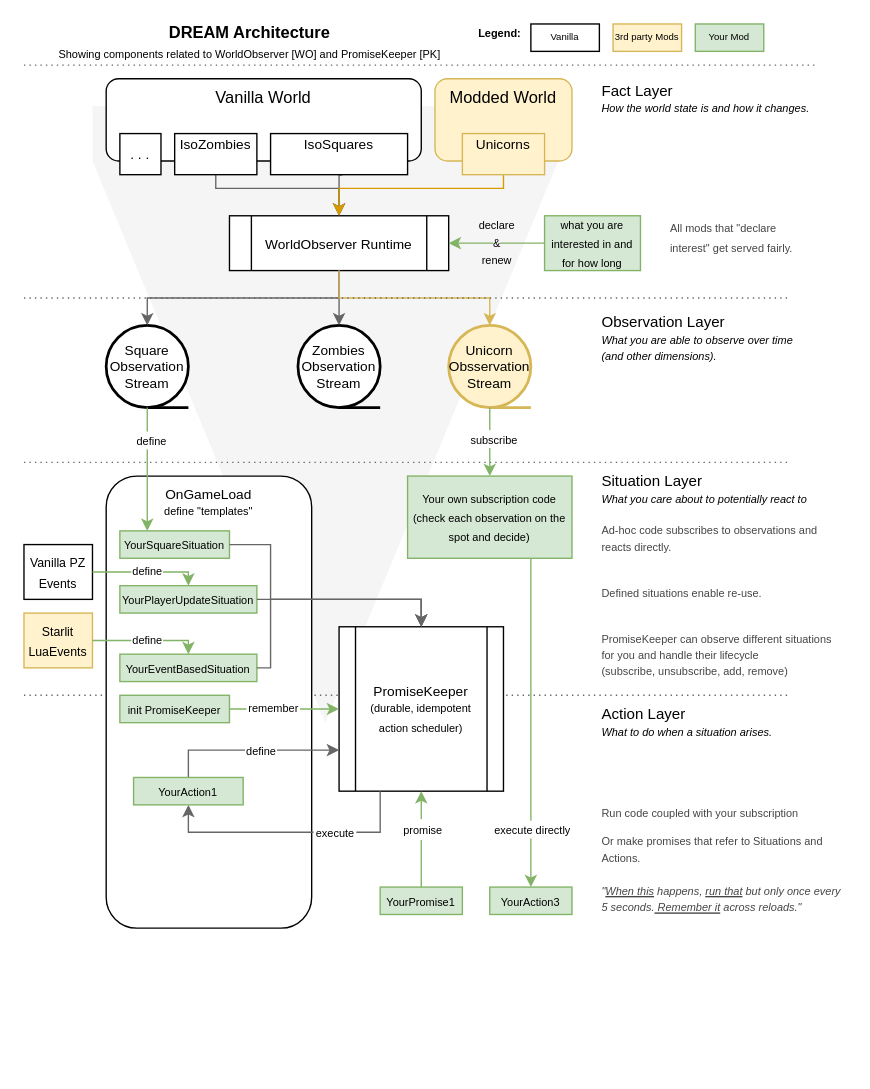
This is docs/diagrams/architecture_simple.drawio from christophstrasen/WorldObserver, a draw.io file, before an edit. Source tidied: cells renumbered, new cells numbered last; positions are measured from the earlier drawing's top-left corner, leaving out a move shared by most shapes. Both pictures are drawn from the tidied source at 137%, with x=0, y=0 at pixel (23, 23).
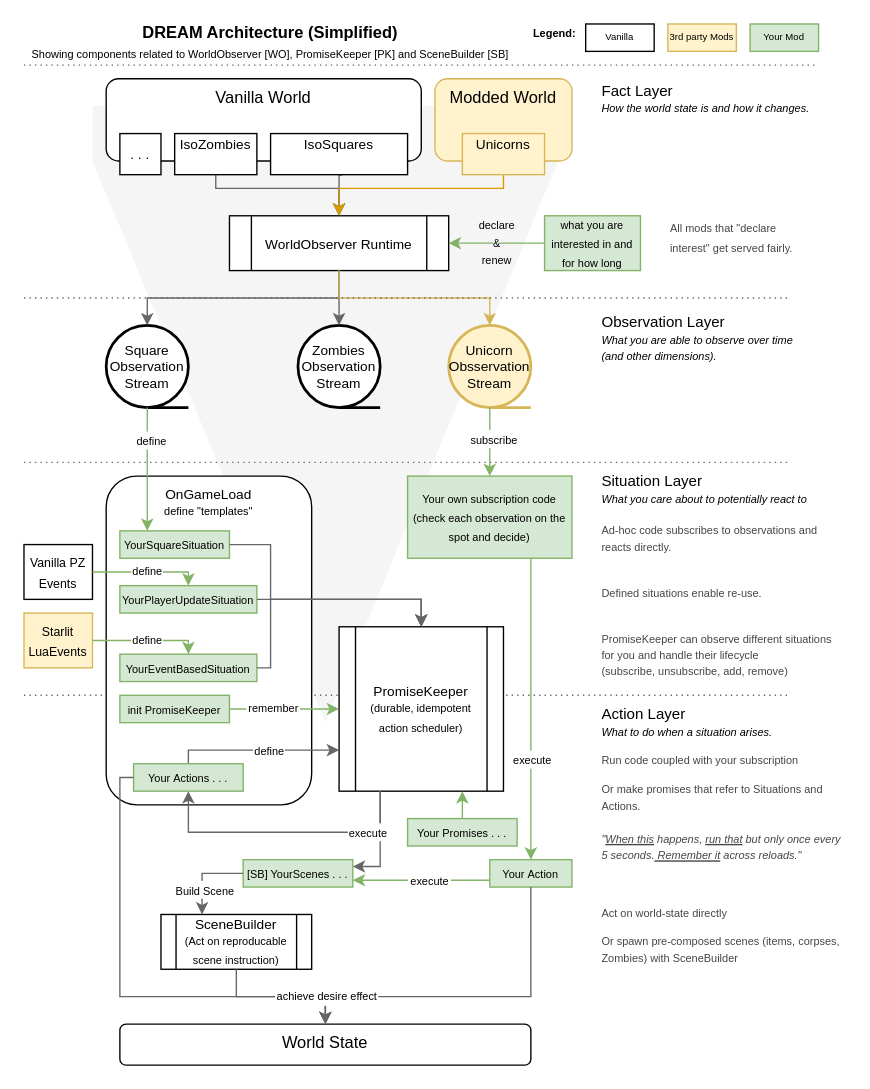
The same page after the edit.

Unchanged cells that the change refers to:
```xml
<mxCell id="40" style="edgeStyle=orthogonalEdgeStyle;rounded=0;jettySize=auto;html=1;strokeColor=#82b366;fillColor=#d5e8d4;exitX=0.75;exitY=1;exitDx=0;exitDy=0;entryX=0.5;entryY=0;entryDx=0;entryDy=0;" parent="1" edge="1" source="38" target="39">
  <mxGeometry relative="1" as="geometry" />
</mxCell>
<mxCell id="55" value="&lt;div style=&quot;line-height: 100%;&quot;&gt;&lt;div&gt;&lt;span style=&quot;background-color: transparent; color: light-dark(rgb(0, 0, 0), rgb(255, 255, 255));&quot;&gt;&lt;font style=&quot;font-size: 10px; line-height: 100%;&quot;&gt;PromiseKeeper&lt;/font&gt;&lt;/span&gt;&lt;/div&gt;&lt;div&gt;&lt;span style=&quot;background-color: transparent; color: light-dark(rgb(0, 0, 0), rgb(255, 255, 255));&quot;&gt;&lt;font style=&quot;font-size: 8px; line-height: 100%;&quot;&gt;(&lt;/font&gt;&lt;/span&gt;&lt;span style=&quot;background-color: transparent; font-size: 8px;&quot;&gt;durable, idempotent action scheduler&lt;/span&gt;&lt;span style=&quot;font-size: 8px; background-color: transparent; color: light-dark(rgb(0, 0, 0), rgb(255, 255, 255));&quot;&gt;)&lt;/span&gt;&lt;/div&gt;&lt;/div&gt;" style="shape=process;whiteSpace=wrap;html=1;backgroundOutline=1;" parent="1" vertex="1">
  <mxGeometry x="230" y="440" width="120" height="120" as="geometry" />
</mxCell>
<mxCell id="64" style="edgeStyle=orthogonalEdgeStyle;rounded=0;jettySize=auto;html=1;entryX=0.5;entryY=1;entryDx=0;entryDy=0;fillColor=#f5f5f5;strokeColor=#666666;exitX=0.25;exitY=1;exitDx=0;exitDy=0;" parent="1" edge="1" source="55" target="68">
  <mxGeometry relative="1" as="geometry">
    <Array as="points">
      <mxPoint x="260" y="590" />
      <mxPoint x="120" y="590" />
    </Array>
  </mxGeometry>
</mxCell>
```

Diff of the diagram source:
```diff
@@
     <mxCell id="24" value="&lt;font style=&quot;font-size: 8px;&quot;&gt;&lt;b&gt;Legend:&lt;/b&gt;&lt;/font&gt;" style="text;html=1;align=left;verticalAlign=top;whiteSpace=wrap;rounded=0;fontSize=10;spacingBottom=6;spacingTop=-6;" parent="1" vertex="1">
-      <mxGeometry x="330" width="50" height="20" as="geometry" />
+      <mxGeometry x="370" width="50" height="20" as="geometry" />
     </mxCell>
     <mxCell id="25" value="&lt;div style=&quot;line-height: 100%;&quot;&gt;&lt;span style=&quot;text-align: left;&quot;&gt;Your Mod&lt;/span&gt;&lt;/div&gt;" style="rounded=0;whiteSpace=wrap;html=1;fillColor=#d5e8d4;strokeColor=#82b366;spacingBottom=2;fontSize=7;" parent="1" vertex="1">
-      <mxGeometry x="490" width="50" height="20" as="geometry" />
+      <mxGeometry x="530" width="50" height="20" as="geometry" />
     </mxCell>
     <mxCell id="26" value="&lt;div style=&quot;line-height: 100%;&quot;&gt;&lt;span style=&quot;text-align: left;&quot;&gt;Vanilla&lt;/span&gt;&lt;/div&gt;" style="rounded=0;whiteSpace=wrap;html=1;strokeWidth=1;perimeterSpacing=0;spacing=0;spacingBottom=2;fontSize=7;" parent="1" vertex="1">
-      <mxGeometry x="370" width="50" height="20" as="geometry" />
+      <mxGeometry x="410" width="50" height="20" as="geometry" />
     </mxCell>
     <mxCell id="27" value="&lt;div style=&quot;line-height: 100%;&quot;&gt;&lt;span style=&quot;text-align: left;&quot;&gt;3rd party Mods&lt;/span&gt;&lt;/div&gt;" style="rounded=0;whiteSpace=wrap;html=1;fillColor=#fff2cc;strokeColor=#d6b656;spacingBottom=2;fontSize=7;" parent="1" vertex="1">
-      <mxGeometry x="430" width="50" height="20" as="geometry" />
+      <mxGeometry x="470" width="50" height="20" as="geometry" />
     </mxCell>
@@
-    <mxCell id="39" value="&lt;div style=&quot;line-height: 100%;&quot;&gt;&lt;font style=&quot;&quot;&gt;&lt;font style=&quot;font-size: 8px;&quot;&gt;&lt;span style=&quot;background-color: transparent; color: light-dark(rgb(0, 0, 0), rgb(255, 255, 255));&quot;&gt;Your&lt;/span&gt;Action3&lt;/font&gt;&lt;/font&gt;&lt;/div&gt;" style="rounded=0;whiteSpace=wrap;html=1;fillColor=#d5e8d4;strokeColor=#82b366;" parent="1" vertex="1">
-      <mxGeometry x="340" y="630" width="60" height="20" as="geometry" />
+    <mxCell id="39" value="&lt;div style=&quot;line-height: 100%;&quot;&gt;&lt;font style=&quot;&quot;&gt;&lt;font style=&quot;font-size: 8px;&quot;&gt;&lt;span style=&quot;background-color: transparent; color: light-dark(rgb(0, 0, 0), rgb(255, 255, 255));&quot;&gt;Your&amp;nbsp;&lt;/span&gt;Action&lt;/font&gt;&lt;/font&gt;&lt;/div&gt;" style="rounded=0;whiteSpace=wrap;html=1;fillColor=#d5e8d4;strokeColor=#82b366;" parent="1" vertex="1">
+      <mxGeometry x="340" y="610" width="60" height="20" as="geometry" />
     </mxCell>
@@
-    <mxCell id="41" value="&lt;font style=&quot;font-size: 8px;&quot;&gt;execute directly&lt;/font&gt;" style="edgeLabel;html=1;align=center;verticalAlign=middle;labelBorderColor=none;labelBackgroundColor=#FFFFFF;" parent="40" vertex="1">
+    <mxCell id="41" value="&lt;font style=&quot;font-size: 8px;&quot;&gt;execute&lt;/font&gt;" style="edgeLabel;html=1;align=center;verticalAlign=middle;labelBorderColor=none;labelBackgroundColor=#FFFFFF;" parent="40" vertex="1">
       <mxGeometry x="0.78" relative="1" as="geometry">
-        <mxPoint y="-17" as="offset" />
+        <mxPoint y="-50" as="offset" />
       </mxGeometry>
     </mxCell>
     <mxCell id="42" value="&lt;div style=&quot;line-height: 100%;&quot;&gt;&lt;div&gt;&lt;span style=&quot;font-size: 10px; background-color: transparent; color: light-dark(rgb(0, 0, 0), rgb(255, 255, 255)); line-height: 100%;&quot;&gt;OnGameLoad&lt;/span&gt;&lt;/div&gt;&lt;div&gt;&lt;span style=&quot;background-color: light-dark(#ffffff, var(--ge-dark-color, #121212));&quot;&gt;&lt;font style=&quot;font-size: 8px; line-height: 100%;&quot;&gt;&lt;span style=&quot;color: light-dark(rgb(0, 0, 0), rgb(255, 255, 255));&quot;&gt;define&amp;nbsp;&lt;/span&gt;&lt;/font&gt;&lt;/span&gt;&lt;span style=&quot;background-color: light-dark(#ffffff, var(--ge-dark-color, #121212)); color: light-dark(rgb(0, 0, 0), rgb(255, 255, 255)); font-size: 8px;&quot;&gt;&quot;templates&quot;&lt;/span&gt;&lt;/div&gt;&lt;/div&gt;" style="rounded=1;whiteSpace=wrap;html=1;verticalAlign=top;align=center;" parent="1" vertex="1">
-      <mxGeometry x="60" y="330" width="150" height="330" as="geometry" />
+      <mxGeometry x="60" y="330" width="150" height="240" as="geometry" />
     </mxCell>
@@
-    <mxCell id="54" value="&lt;b&gt;DREAM Architecture&lt;/b&gt;&lt;div&gt;&lt;font style=&quot;font-size: 8px;&quot;&gt;Showing components related to WorldObserver [WO] and PromiseKeeper [PK]&lt;/font&gt;&lt;/div&gt;" style="text;html=1;align=center;verticalAlign=top;whiteSpace=wrap;rounded=0;spacingBottom=0;spacingTop=-7;" parent="1" vertex="1">
-      <mxGeometry x="10" width="310" height="30" as="geometry" />
-    </mxCell>
@@
-    <mxCell id="65" value="&lt;font style=&quot;font-size: 8px;&quot;&gt;execute&lt;/font&gt;" style="edgeLabel;html=1;align=center;verticalAlign=middle;labelBorderColor=#FFFFFF;" parent="64" vertex="1">
-      <mxGeometry x="-0.35" relative="1" as="geometry">
-        <mxPoint x="-2" y="-1" as="offset" />
-      </mxGeometry>
-    </mxCell>
@@
-    <mxCell id="68" value="&lt;div style=&quot;line-height: 100%;&quot;&gt;&lt;font style=&quot;&quot;&gt;&lt;font style=&quot;font-size: 8px;&quot;&gt;&lt;span style=&quot;background-color: transparent; color: light-dark(rgb(0, 0, 0), rgb(255, 255, 255));&quot;&gt;Your&lt;/span&gt;Action1&lt;/font&gt;&lt;/font&gt;&lt;/div&gt;" style="rounded=0;whiteSpace=wrap;html=1;fillColor=#d5e8d4;strokeColor=#82b366;" parent="1" vertex="1">
-      <mxGeometry x="80" y="550" width="80" height="20" as="geometry" />
+    <mxCell id="68" value="&lt;div style=&quot;line-height: 100%;&quot;&gt;&lt;font style=&quot;&quot;&gt;&lt;font style=&quot;font-size: 8px;&quot;&gt;&lt;span style=&quot;background-color: transparent; color: light-dark(rgb(0, 0, 0), rgb(255, 255, 255));&quot;&gt;Your&amp;nbsp;&lt;/span&gt;Actions . . .&lt;/font&gt;&lt;/font&gt;&lt;/div&gt;" style="rounded=0;whiteSpace=wrap;html=1;fillColor=#d5e8d4;strokeColor=#82b366;" parent="1" vertex="1">
+      <mxGeometry x="80" y="540" width="80" height="20" as="geometry" />
     </mxCell>
+    <mxCell id="70" style="edgeStyle=orthogonalEdgeStyle;rounded=0;jettySize=auto;html=1;exitX=0.5;exitY=0;exitDx=0;exitDy=0;entryX=0.75;entryY=1;entryDx=0;entryDy=0;fillColor=#d5e8d4;strokeColor=#82b366;" parent="1" edge="1" source="69" target="55">
+      <mxGeometry relative="1" as="geometry" />
+    </mxCell>
-    <mxCell id="69" value="&lt;div style=&quot;line-height: 100%;&quot;&gt;&lt;font style=&quot;&quot;&gt;&lt;font style=&quot;font-size: 8px;&quot;&gt;&lt;span style=&quot;background-color: transparent; color: light-dark(rgb(0, 0, 0), rgb(255, 255, 255));&quot;&gt;Your&lt;/span&gt;Promise1&lt;/font&gt;&lt;/font&gt;&lt;/div&gt;" style="rounded=0;whiteSpace=wrap;html=1;fillColor=#d5e8d4;strokeColor=#82b366;" parent="1" vertex="1">
-      <mxGeometry x="260" y="630" width="60" height="20" as="geometry" />
+    <mxCell id="69" value="&lt;div style=&quot;line-height: 100%;&quot;&gt;&lt;font style=&quot;&quot;&gt;&lt;font style=&quot;font-size: 8px;&quot;&gt;&lt;span style=&quot;background-color: transparent; color: light-dark(rgb(0, 0, 0), rgb(255, 255, 255));&quot;&gt;Your&amp;nbsp;&lt;/span&gt;Promises . . .&lt;/font&gt;&lt;/font&gt;&lt;/div&gt;" style="rounded=0;whiteSpace=wrap;html=1;fillColor=#d5e8d4;strokeColor=#82b366;" parent="1" vertex="1">
+      <mxGeometry x="280" y="580" width="80" height="20" as="geometry" />
     </mxCell>
-    <mxCell id="70" style="edgeStyle=orthogonalEdgeStyle;rounded=0;jettySize=auto;html=1;strokeColor=#82b366;fillColor=#d5e8d4;entryX=0.5;entryY=1;entryDx=0;entryDy=0;exitX=0.5;exitY=0;exitDx=0;exitDy=0;" parent="1" edge="1" source="69" target="55">
-      <mxGeometry relative="1" as="geometry" />
-    </mxCell>
-    <mxCell id="71" value="&lt;font style=&quot;font-size: 8px;&quot;&gt;promise&lt;/font&gt;" style="edgeLabel;html=1;align=center;verticalAlign=middle;labelBorderColor=#FFFFFF;" parent="70" vertex="1">
-      <mxGeometry x="-0.04" relative="1" as="geometry">
-        <mxPoint y="-9" as="offset" />
-      </mxGeometry>
-    </mxCell>
@@
-    <mxCell id="75" value="&lt;span style=&quot;font-size: 8px;&quot;&gt;Run code coupled with your subscription&lt;/span&gt;" style="text;html=1;align=left;verticalAlign=middle;whiteSpace=wrap;rounded=0;fontSize=10;fontColor=#454545;" parent="1" vertex="1">
-      <mxGeometry x="420" y="560" width="180" height="30" as="geometry" />
-    </mxCell>
-    <mxCell id="76" value="&lt;span style=&quot;font-size: 8px;&quot;&gt;Or make promises that refer to Situations and Actions.&lt;/span&gt;&lt;div&gt;&lt;span style=&quot;font-size: 8px;&quot;&gt;&lt;br&gt;&lt;/span&gt;&lt;div&gt;&lt;span style=&quot;font-size: 8px;&quot;&gt;&lt;i&gt;&quot;&lt;u style=&quot;&quot;&gt;When this&lt;/u&gt; happens,&amp;nbsp;&lt;u&gt;run that&lt;/u&gt; but only once every&amp;nbsp; 5 seconds.&lt;u&gt; Remember it&lt;/u&gt; across reloads.&quot;&lt;/i&gt;&lt;/span&gt;&lt;/div&gt;&lt;/div&gt;" style="text;html=1;align=left;verticalAlign=middle;whiteSpace=wrap;rounded=0;fontSize=10;fontColor=#454545;" parent="1" vertex="1">
-      <mxGeometry x="420" y="590" width="180" height="60" as="geometry" />
+    <mxCell id="76" value="&lt;div&gt;&lt;span style=&quot;font-size: 8px;&quot;&gt;&lt;br&gt;&lt;/span&gt;&lt;/div&gt;&lt;span style=&quot;font-size: 8px;&quot;&gt;&lt;div&gt;Run code coupled with your subscription&lt;span style=&quot;font-size: 8px;&quot;&gt;&lt;/span&gt;&lt;/div&gt;&lt;div&gt;&lt;span style=&quot;font-size: 8px;&quot;&gt;&lt;br&gt;&lt;/span&gt;&lt;/div&gt;Or make promises that refer to Situations and Actions.&lt;/span&gt;&lt;div&gt;&lt;span style=&quot;font-size: 8px;&quot;&gt;&lt;br&gt;&lt;/span&gt;&lt;div&gt;&lt;span style=&quot;font-size: 8px;&quot;&gt;&lt;i&gt;&quot;&lt;u style=&quot;&quot;&gt;When this&lt;/u&gt; happens,&amp;nbsp;&lt;u&gt;run that&lt;/u&gt; but only once every&amp;nbsp; 5 seconds.&lt;u&gt; Remember it&lt;/u&gt; across reloads.&quot;&lt;/i&gt;&lt;/span&gt;&lt;/div&gt;&lt;/div&gt;" style="text;html=1;align=left;verticalAlign=middle;whiteSpace=wrap;rounded=0;fontSize=10;fontColor=#454545;" parent="1" vertex="1">
+      <mxGeometry x="420" y="528" width="180" height="77" as="geometry" />
     </mxCell>
+    <mxCell id="77" value="&lt;div style=&quot;line-height: 100%;&quot;&gt;&lt;div&gt;&lt;span style=&quot;background-color: transparent; color: light-dark(rgb(0, 0, 0), rgb(255, 255, 255));&quot;&gt;&lt;font style=&quot;font-size: 10px; line-height: 100%;&quot;&gt;SceneBuilder&lt;/font&gt;&lt;/span&gt;&lt;/div&gt;&lt;div&gt;&lt;span style=&quot;background-color: transparent; color: light-dark(rgb(0, 0, 0), rgb(255, 255, 255));&quot;&gt;&lt;font style=&quot;font-size: 8px; line-height: 100%;&quot;&gt;(Act on&amp;nbsp;&lt;/font&gt;&lt;/span&gt;&lt;span style=&quot;font-size: 8px; background-color: transparent; color: light-dark(rgb(0, 0, 0), rgb(255, 255, 255));&quot;&gt;reproducable &lt;/span&gt;&lt;span style=&quot;background-color: transparent; color: light-dark(rgb(0, 0, 0), rgb(255, 255, 255)); font-size: 8px;&quot;&gt;scene instruction)&lt;/span&gt;&lt;/div&gt;&lt;/div&gt;" style="shape=process;whiteSpace=wrap;html=1;backgroundOutline=1;" parent="1" vertex="1">
+      <mxGeometry x="100" y="650" width="110" height="40" as="geometry" />
+    </mxCell>
+    <mxCell id="78" value="&lt;div style=&quot;line-height: 100%;&quot;&gt;&lt;font style=&quot;&quot;&gt;&lt;font style=&quot;font-size: 8px;&quot;&gt;&lt;span style=&quot;background-color: transparent; color: light-dark(rgb(0, 0, 0), rgb(255, 255, 255));&quot;&gt;[SB] YourScenes . . .&lt;/span&gt;&lt;/font&gt;&lt;/font&gt;&lt;/div&gt;" style="rounded=0;whiteSpace=wrap;html=1;fillColor=#d5e8d4;strokeColor=#82b366;" parent="1" vertex="1">
+      <mxGeometry x="160" y="610" width="80" height="20" as="geometry" />
+    </mxCell>
+    <mxCell id="79" value="World State" style="rounded=1;whiteSpace=wrap;html=1;verticalAlign=top;" parent="1" vertex="1">
+      <mxGeometry x="70" y="730" width="300" height="30" as="geometry" />
+    </mxCell>
+    <mxCell id="80" style="edgeStyle=orthogonalEdgeStyle;rounded=0;jettySize=auto;html=1;exitX=0.5;exitY=1;exitDx=0;exitDy=0;entryX=0.5;entryY=0;entryDx=0;entryDy=0;fillColor=#f5f5f5;strokeColor=#666666;" parent="1" edge="1" source="39" target="79">
+      <mxGeometry relative="1" as="geometry">
+        <Array as="points">
+          <mxPoint x="370" y="710" />
+          <mxPoint x="220" y="710" />
+        </Array>
+      </mxGeometry>
+    </mxCell>
+    <mxCell id="81" style="edgeStyle=orthogonalEdgeStyle;rounded=0;jettySize=auto;html=1;entryX=0.5;entryY=0;entryDx=0;entryDy=0;fillColor=#f5f5f5;strokeColor=#666666;exitX=0;exitY=0.5;exitDx=0;exitDy=0;" parent="1" edge="1" source="68" target="79">
+      <mxGeometry relative="1" as="geometry">
+        <Array as="points">
+          <mxPoint x="70" y="550" />
+          <mxPoint x="70" y="710" />
+          <mxPoint x="220" y="710" />
+        </Array>
+      </mxGeometry>
+    </mxCell>
+    <mxCell id="82" style="edgeStyle=orthogonalEdgeStyle;rounded=0;jettySize=auto;html=1;entryX=1;entryY=0.75;entryDx=0;entryDy=0;fillColor=#d5e8d4;strokeColor=#82b366;exitX=0;exitY=0.75;exitDx=0;exitDy=0;" parent="1" edge="1" source="39" target="78">
+      <mxGeometry relative="1" as="geometry" />
+    </mxCell>
+    <mxCell id="65" value="&lt;font style=&quot;font-size: 8px;&quot;&gt;execute&lt;/font&gt;" style="edgeLabel;html=1;align=center;verticalAlign=middle;labelBorderColor=#FFFFFF;" parent="82" vertex="1">
+      <mxGeometry x="0.04" y="1" relative="1" as="geometry">
+        <mxPoint x="7" y="-2" as="offset" />
+      </mxGeometry>
+    </mxCell>
+    <mxCell id="83" style="edgeStyle=orthogonalEdgeStyle;rounded=0;jettySize=auto;html=1;entryX=1;entryY=0.25;entryDx=0;entryDy=0;fillColor=#f5f5f5;strokeColor=#666666;exitX=0.25;exitY=1;exitDx=0;exitDy=0;" parent="1" edge="1" source="55" target="78">
+      <mxGeometry relative="1" as="geometry">
+        <Array as="points">
+          <mxPoint x="260" y="615" />
+        </Array>
+      </mxGeometry>
+    </mxCell>
+    <mxCell id="84" value="&lt;font style=&quot;font-size: 8px;&quot;&gt;execute&lt;/font&gt;" style="edgeLabel;html=1;align=center;verticalAlign=middle;" parent="83" vertex="1">
+      <mxGeometry x="0.04" y="1" relative="1" as="geometry">
+        <mxPoint x="-11" y="-10" as="offset" />
+      </mxGeometry>
+    </mxCell>
+    <mxCell id="85" style="edgeStyle=orthogonalEdgeStyle;rounded=0;jettySize=auto;html=1;fillColor=#f5f5f5;strokeColor=#666666;exitX=0.5;exitY=1;exitDx=0;exitDy=0;entryX=0.5;entryY=0;entryDx=0;entryDy=0;" parent="1" edge="1" source="77" target="79">
+      <mxGeometry relative="1" as="geometry">
+        <Array as="points">
+          <mxPoint x="155" y="710" />
+          <mxPoint x="220" y="710" />
+        </Array>
+      </mxGeometry>
+    </mxCell>
+    <mxCell id="86" value="&lt;font style=&quot;font-size: 8px;&quot;&gt;achieve desire effect&lt;/font&gt;" style="edgeLabel;html=1;align=center;verticalAlign=middle;labelBorderColor=#FFFFFF;" parent="85" vertex="1">
+      <mxGeometry x="0.04" y="1" relative="1" as="geometry">
+        <mxPoint x="30" y="-1" as="offset" />
+      </mxGeometry>
+    </mxCell>
+    <mxCell id="87" style="edgeStyle=orthogonalEdgeStyle;rounded=0;jettySize=auto;html=1;fillColor=#f5f5f5;strokeColor=#666666;exitX=0;exitY=0.5;exitDx=0;exitDy=0;" parent="1" edge="1" source="78">
+      <mxGeometry relative="1" as="geometry">
+        <mxPoint x="130" y="650" as="targetPoint" />
+        <Array as="points">
+          <mxPoint x="130" y="620" />
+          <mxPoint x="130" y="650" />
+        </Array>
+      </mxGeometry>
+    </mxCell>
+    <mxCell id="88" value="&lt;span style=&quot;font-size: 8px;&quot;&gt;Build Scene&lt;/span&gt;" style="edgeLabel;html=1;align=center;verticalAlign=middle;" parent="87" vertex="1">
+      <mxGeometry x="0.04" y="1" relative="1" as="geometry">
+        <mxPoint y="10" as="offset" />
+      </mxGeometry>
+    </mxCell>
+    <mxCell id="89" value="&lt;div&gt;&lt;span style=&quot;font-size: 8px;&quot;&gt;Act on world-state directly&lt;/span&gt;&lt;span style=&quot;font-size: 8px;&quot;&gt;&lt;/span&gt;&lt;/div&gt;&lt;span style=&quot;font-size: 8px;&quot;&gt;&lt;div&gt;&lt;span style=&quot;font-size: 8px;&quot;&gt;&lt;br&gt;&lt;/span&gt;&lt;/div&gt;Or spawn pre-composed scenes (items, corpses, Zombies) with SceneBuilder&lt;/span&gt;" style="text;html=1;align=left;verticalAlign=middle;whiteSpace=wrap;rounded=0;fontSize=10;fontColor=#454545;" parent="1" vertex="1">
+      <mxGeometry x="420" y="640" width="180" height="50" as="geometry" />
+    </mxCell>
+    <mxCell id="90" value="&lt;b&gt;DREAM Architecture (Simplified)&lt;/b&gt;&lt;div&gt;&lt;font style=&quot;font-size: 8px;&quot;&gt;Showing components related to WorldObserver [WO], PromiseKeeper [PK] and SceneBuilder [SB]&lt;/font&gt;&lt;/div&gt;" style="text;html=1;align=center;verticalAlign=top;whiteSpace=wrap;rounded=0;spacingBottom=0;spacingTop=-7;" parent="1" vertex="1">
+      <mxGeometry width="360" height="30" as="geometry" />
+    </mxCell>
```
